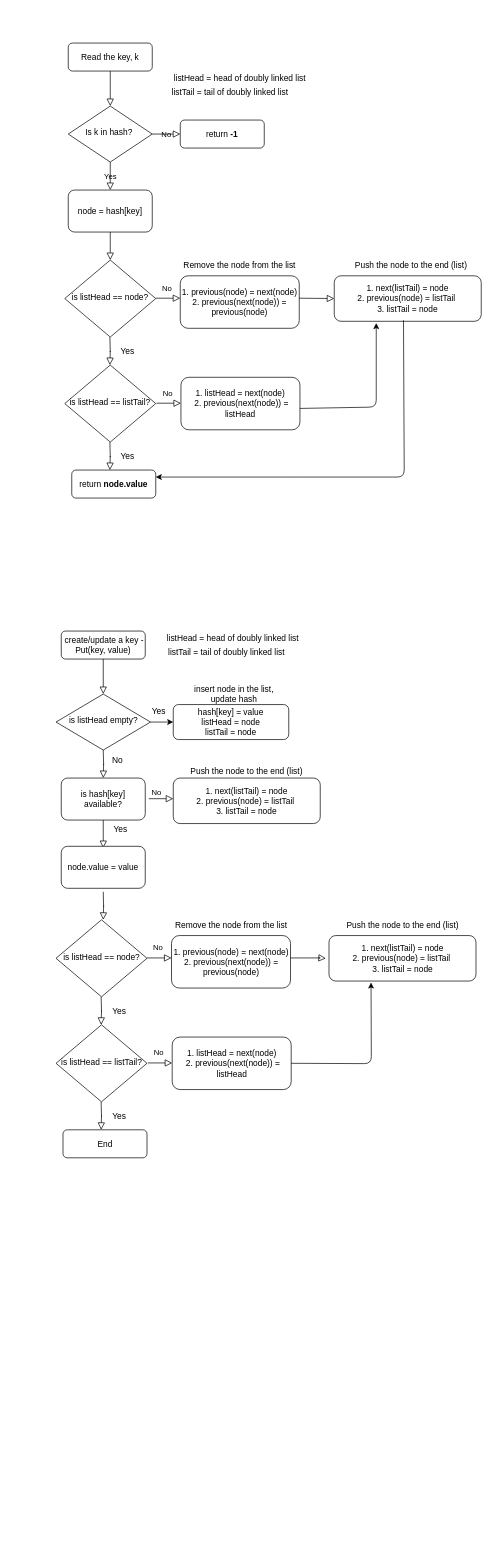
Before: Untitled Diagram.drawio in hawaijar/FireLeetcode, a draw.io diagram. Source tidied: cells renumbered, new cells numbered last; positions are measured from the earlier drawing's top-left corner, leaving out a move shared by most shapes. Both pictures are drawn from the tidied source at 70%, with x=0, y=0 at pixel (55, 43).
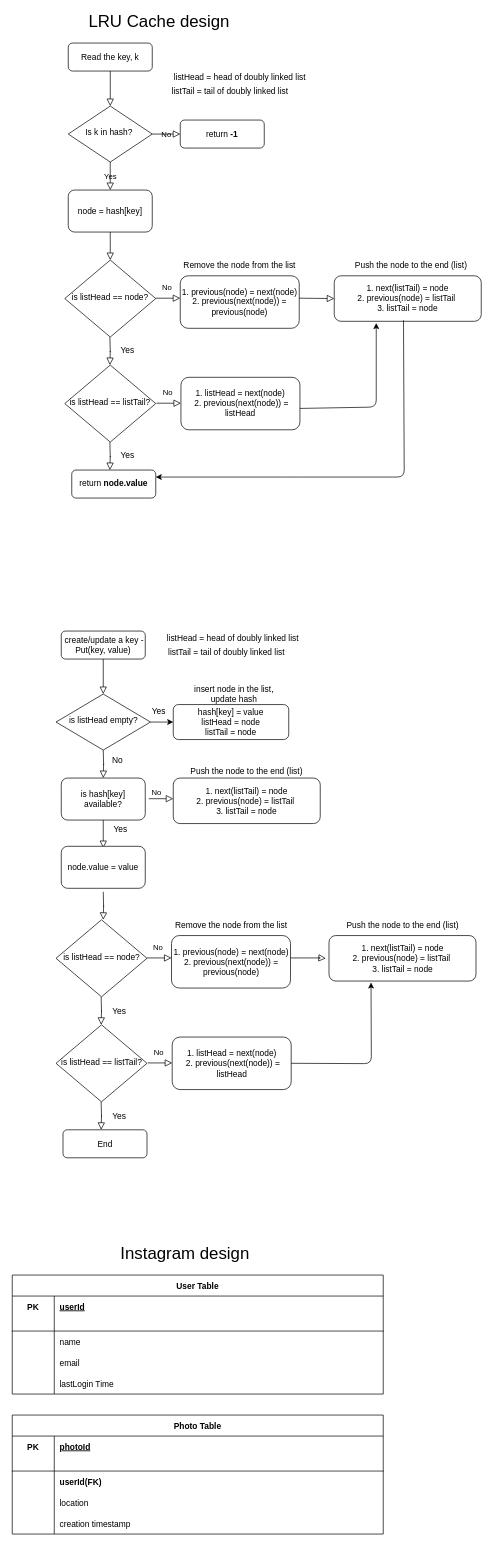
After the change.

What changed in the source:
```diff
@@
+    <mxCell id="64" value="&lt;font style=&quot;font-size: 24px&quot;&gt;LRU Cache design&lt;/font&gt;" style="text;html=1;strokeColor=none;fillColor=none;align=center;verticalAlign=middle;whiteSpace=wrap;rounded=0;" parent="1" vertex="1">
+      <mxGeometry x="17.5" y="-40" width="260" height="20" as="geometry" />
+    </mxCell>
+    <mxCell id="65" value="&lt;font style=&quot;font-size: 24px&quot;&gt;Instagram design&lt;/font&gt;" style="text;html=1;strokeColor=none;fillColor=none;align=center;verticalAlign=middle;whiteSpace=wrap;rounded=0;" parent="1" vertex="1">
+      <mxGeometry x="10.5" y="1720" width="347.5" height="20" as="geometry" />
+    </mxCell>
+    <mxCell id="66" value="User Table" style="shape=table;startSize=30;childLayout=tableLayout;rowLines=0;fontStyle=1;align=center;" parent="1" vertex="1">
+      <mxGeometry x="-62" y="1760" width="530" height="170" as="geometry" />
+    </mxCell>
+    <mxCell id="67" style="shape=partialRectangle;fillColor=none;top=0;left=0;bottom=0;right=0;" parent="66" vertex="1">
+      <mxGeometry y="30" width="530" height="30" as="geometry" />
+    </mxCell>
+    <mxCell id="68" value="PK" style="shape=partialRectangle;fillColor=none;top=0;left=0;bottom=0;right=0;fontStyle=1;overflow=hidden;" parent="67" vertex="1">
+      <mxGeometry width="60" height="30" as="geometry" />
+    </mxCell>
+    <mxCell id="69" value="userId" style="shape=partialRectangle;fillColor=none;top=0;left=0;bottom=0;right=0;align=left;spacingLeft=6;fontStyle=5;overflow=hidden;" parent="67" vertex="1">
+      <mxGeometry x="60" width="470" height="30" as="geometry" />
+    </mxCell>
+    <mxCell id="70" style="shape=partialRectangle;fillColor=none;top=0;left=0;bottom=1;right=0;" parent="66" vertex="1">
+      <mxGeometry y="60" width="530" height="20" as="geometry" />
+    </mxCell>
+    <mxCell id="71" style="shape=partialRectangle;fillColor=none;top=0;left=0;bottom=0;right=0;fontStyle=1;overflow=hidden;" parent="70" vertex="1">
+      <mxGeometry width="60" height="20" as="geometry" />
+    </mxCell>
+    <mxCell id="72" style="shape=partialRectangle;fillColor=none;top=0;left=0;bottom=0;right=0;align=left;spacingLeft=6;fontStyle=5;overflow=hidden;" parent="70" vertex="1">
+      <mxGeometry x="60" width="470" height="20" as="geometry" />
+    </mxCell>
+    <mxCell id="73" style="shape=partialRectangle;fillColor=none;top=0;left=0;bottom=0;right=0;" parent="66" vertex="1">
+      <mxGeometry y="80" width="530" height="30" as="geometry" />
+    </mxCell>
+    <mxCell id="74" style="shape=partialRectangle;fillColor=none;top=0;left=0;bottom=0;right=0;overflow=hidden;" parent="73" vertex="1">
+      <mxGeometry width="60" height="30" as="geometry" />
+    </mxCell>
+    <mxCell id="75" value="name" style="shape=partialRectangle;fillColor=none;top=0;left=0;bottom=0;right=0;align=left;spacingLeft=6;overflow=hidden;" parent="73" vertex="1">
+      <mxGeometry x="60" width="470" height="30" as="geometry" />
+    </mxCell>
+    <mxCell id="76" style="shape=partialRectangle;fillColor=none;top=0;left=0;bottom=0;right=0;" parent="66" vertex="1">
+      <mxGeometry y="110" width="530" height="30" as="geometry" />
+    </mxCell>
+    <mxCell id="77" style="shape=partialRectangle;fillColor=none;top=0;left=0;bottom=0;right=0;overflow=hidden;" parent="76" vertex="1">
+      <mxGeometry width="60" height="30" as="geometry" />
+    </mxCell>
+    <mxCell id="78" value="email" style="shape=partialRectangle;fillColor=none;top=0;left=0;bottom=0;right=0;align=left;spacingLeft=6;overflow=hidden;" parent="76" vertex="1">
+      <mxGeometry x="60" width="470" height="30" as="geometry" />
+    </mxCell>
+    <mxCell id="79" style="shape=partialRectangle;fillColor=none;top=0;left=0;bottom=0;right=0;" parent="66" vertex="1">
+      <mxGeometry y="140" width="530" height="30" as="geometry" />
+    </mxCell>
+    <mxCell id="80" style="shape=partialRectangle;fillColor=none;top=0;left=0;bottom=0;right=0;overflow=hidden;" parent="79" vertex="1">
+      <mxGeometry width="60" height="30" as="geometry" />
+    </mxCell>
+    <mxCell id="81" value="lastLogin Time" style="shape=partialRectangle;fillColor=none;top=0;left=0;bottom=0;right=0;align=left;spacingLeft=6;overflow=hidden;" parent="79" vertex="1">
+      <mxGeometry x="60" width="470" height="30" as="geometry" />
+    </mxCell>
+    <mxCell id="82" value="Photo Table" style="shape=table;startSize=30;childLayout=tableLayout;rowLines=0;fontStyle=1;align=center;" parent="1" vertex="1">
+      <mxGeometry x="-62" y="1960" width="530" height="170" as="geometry" />
+    </mxCell>
+    <mxCell id="83" style="shape=partialRectangle;fillColor=none;top=0;left=0;bottom=0;right=0;" parent="82" vertex="1">
+      <mxGeometry y="30" width="530" height="30" as="geometry" />
+    </mxCell>
+    <mxCell id="84" value="PK" style="shape=partialRectangle;fillColor=none;top=0;left=0;bottom=0;right=0;fontStyle=1;overflow=hidden;" parent="83" vertex="1">
+      <mxGeometry width="60" height="30" as="geometry" />
+    </mxCell>
+    <mxCell id="85" value="photoId" style="shape=partialRectangle;fillColor=none;top=0;left=0;bottom=0;right=0;align=left;spacingLeft=6;fontStyle=5;overflow=hidden;" parent="83" vertex="1">
+      <mxGeometry x="60" width="470" height="30" as="geometry" />
+    </mxCell>
+    <mxCell id="86" style="shape=partialRectangle;fillColor=none;top=0;left=0;bottom=1;right=0;" parent="82" vertex="1">
+      <mxGeometry y="60" width="530" height="20" as="geometry" />
+    </mxCell>
+    <mxCell id="87" style="shape=partialRectangle;fillColor=none;top=0;left=0;bottom=0;right=0;fontStyle=1;overflow=hidden;" parent="86" vertex="1">
+      <mxGeometry width="60" height="20" as="geometry" />
+    </mxCell>
+    <mxCell id="88" style="shape=partialRectangle;fillColor=none;top=0;left=0;bottom=0;right=0;align=left;spacingLeft=6;fontStyle=5;overflow=hidden;" parent="86" vertex="1">
+      <mxGeometry x="60" width="470" height="20" as="geometry" />
+    </mxCell>
+    <mxCell id="89" style="shape=partialRectangle;fillColor=none;top=0;left=0;bottom=0;right=0;" parent="82" vertex="1">
+      <mxGeometry y="80" width="530" height="30" as="geometry" />
+    </mxCell>
+    <mxCell id="90" style="shape=partialRectangle;fillColor=none;top=0;left=0;bottom=0;right=0;overflow=hidden;" parent="89" vertex="1">
+      <mxGeometry width="60" height="30" as="geometry" />
+    </mxCell>
+    <mxCell id="91" value="userId(FK)" style="shape=partialRectangle;fillColor=none;top=0;left=0;bottom=0;right=0;align=left;spacingLeft=6;overflow=hidden;fontStyle=1;" parent="89" vertex="1">
+      <mxGeometry x="60" width="470" height="30" as="geometry" />
+    </mxCell>
+    <mxCell id="92" style="shape=partialRectangle;fillColor=none;top=0;left=0;bottom=0;right=0;" parent="82" vertex="1">
+      <mxGeometry y="110" width="530" height="30" as="geometry" />
+    </mxCell>
+    <mxCell id="93" style="shape=partialRectangle;fillColor=none;top=0;left=0;bottom=0;right=0;overflow=hidden;" parent="92" vertex="1">
+      <mxGeometry width="60" height="30" as="geometry" />
+    </mxCell>
+    <mxCell id="94" value="location" style="shape=partialRectangle;fillColor=none;top=0;left=0;bottom=0;right=0;align=left;spacingLeft=6;overflow=hidden;" parent="92" vertex="1">
+      <mxGeometry x="60" width="470" height="30" as="geometry" />
+    </mxCell>
+    <mxCell id="95" style="shape=partialRectangle;fillColor=none;top=0;left=0;bottom=0;right=0;" parent="82" vertex="1">
+      <mxGeometry y="140" width="530" height="30" as="geometry" />
+    </mxCell>
+    <mxCell id="96" style="shape=partialRectangle;fillColor=none;top=0;left=0;bottom=0;right=0;overflow=hidden;" parent="95" vertex="1">
+      <mxGeometry width="60" height="30" as="geometry" />
+    </mxCell>
+    <mxCell id="97" value="creation timestamp" style="shape=partialRectangle;fillColor=none;top=0;left=0;bottom=0;right=0;align=left;spacingLeft=6;overflow=hidden;" parent="95" vertex="1">
+      <mxGeometry x="60" width="470" height="30" as="geometry" />
+    </mxCell>
```
